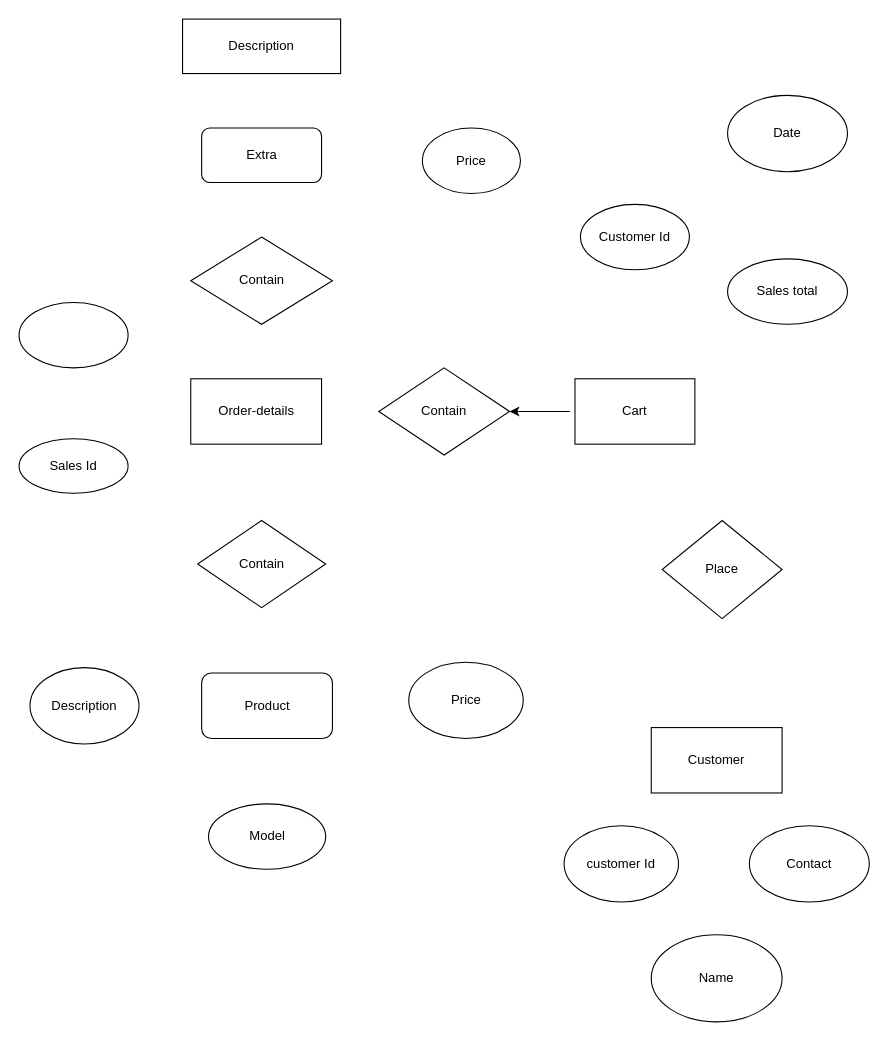
The draw.io diagram Untitled Diagram.drawio in MWESA/MWESA, before the edit. Source tidied: cells renumbered, new cells numbered last; positions are measured from the earlier drawing's top-left corner, leaving out a move shared by most shapes. Both pictures are drawn from the tidied source at 109%, with x=0, y=0 at pixel (19, 19).
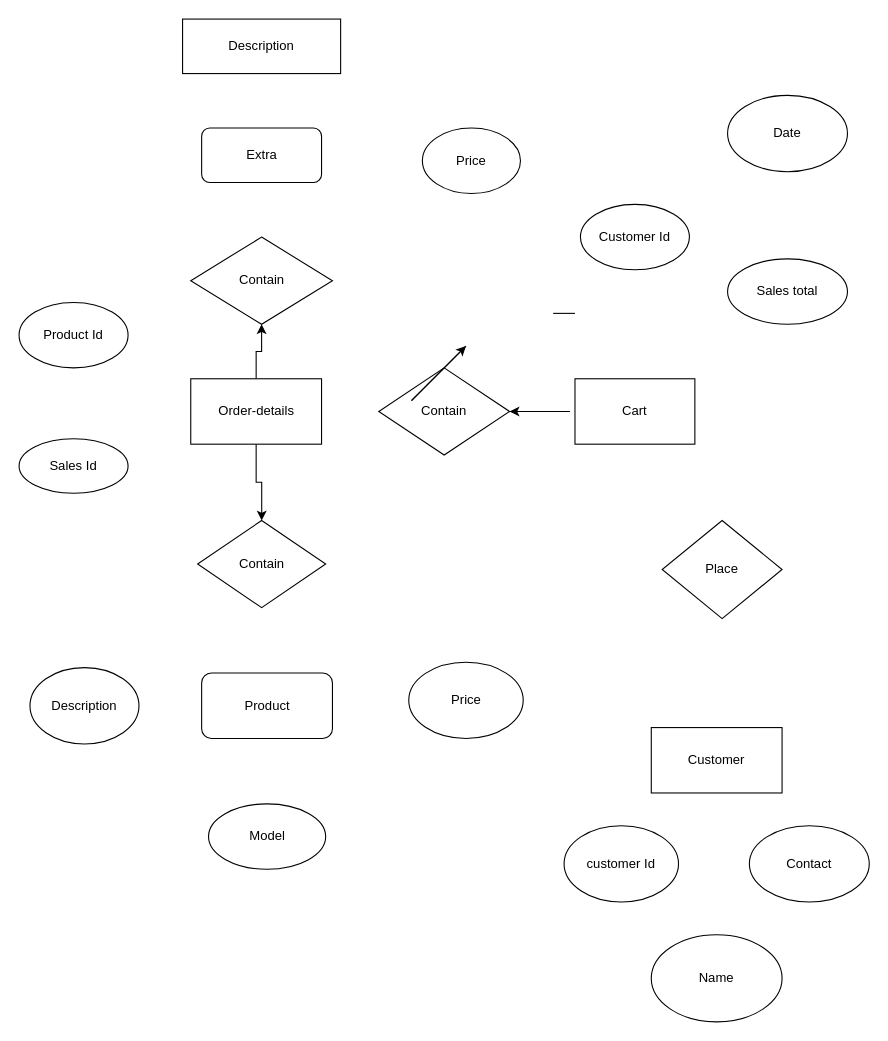
Above is the later version.

The change refers to these unchanged cells:
```xml
<mxCell id="4" value="Contain" style="rhombus;whiteSpace=wrap;html=1;" parent="1" vertex="1">
  <mxGeometry x="157.5" y="200" width="130" height="80" as="geometry" />
</mxCell>
<mxCell id="5" value="Order-details" style="rounded=0;whiteSpace=wrap;html=1;" parent="1" vertex="1">
  <mxGeometry x="157.5" y="330" width="120" height="60" as="geometry" />
</mxCell>
<mxCell id="10" value="Contain" style="rhombus;whiteSpace=wrap;html=1;" parent="1" vertex="1">
  <mxGeometry x="163.8" y="460" width="117.5" height="80" as="geometry" />
</mxCell>
```

Change to the diagram source:
```diff
@@
+    <mxCell id="25" style="edgeStyle=orthogonalEdgeStyle;rounded=0;jettySize=auto;html=1;" parent="1" edge="1" source="5" target="4">
+      <mxGeometry relative="1" as="geometry" />
+    </mxCell>
+    <mxCell id="26" style="edgeStyle=orthogonalEdgeStyle;rounded=0;jettySize=auto;html=1;" parent="1" edge="1" source="5" target="10">
+      <mxGeometry relative="1" as="geometry" />
+    </mxCell>
@@
-    <mxCell id="6" style="ellipse;whiteSpace=wrap;html=1;" parent="1" vertex="1">
+    <mxCell id="6" value="&lt;div&gt;Product Id&lt;/div&gt;" style="ellipse;whiteSpace=wrap;html=1;" parent="1" vertex="1">
       <mxGeometry y="260" width="100" height="60" as="geometry" />
     </mxCell>
@@
+    <mxCell id="27" style="endArrow=classic;html=1;" parent="1" edge="1">
+      <mxGeometry relative="1" as="geometry">
+        <mxPoint x="360" y="350" as="sourcePoint" />
+        <mxPoint x="410" y="300" as="targetPoint" />
+      </mxGeometry>
+    </mxCell>
+    <mxCell id="28" style="endArrow=none;html=1;" parent="1" edge="1">
+      <mxGeometry relative="1" as="geometry">
+        <mxPoint x="360" y="350" as="sourcePoint" />
+        <mxPoint x="410" y="300" as="targetPoint" />
+      </mxGeometry>
+    </mxCell>
+    <mxCell id="29" style="endArrow=none;html=1;" parent="1" edge="1">
+      <mxGeometry relative="1" as="geometry">
+        <mxPoint x="490" y="270" as="sourcePoint" />
+        <mxPoint x="510" y="270" as="targetPoint" />
+      </mxGeometry>
+    </mxCell>
```
